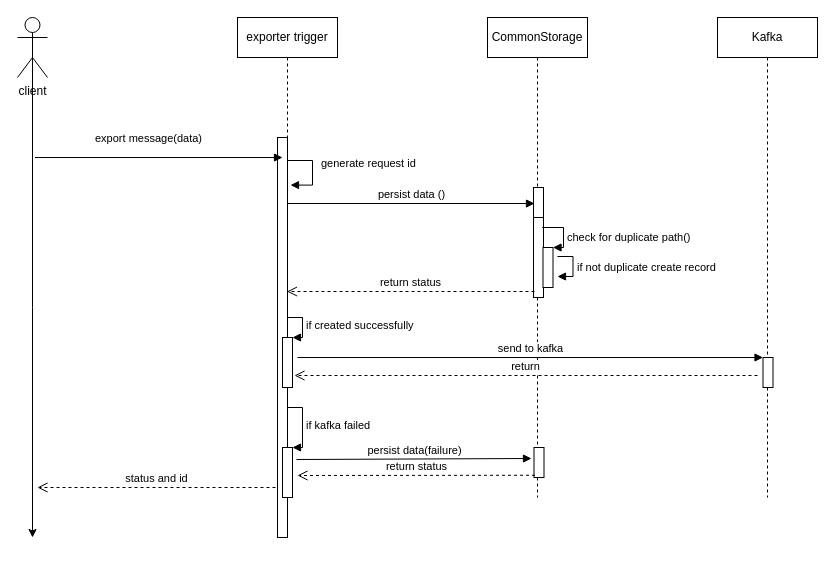
Earlier version of the draw.io diagram page "Export Request Flow" (1 of 2) of design/Exporter Trigger UML.drawio (MapColonies/exporter-trigger-deprecated). Source tidied: cells renumbered, new cells numbered last; positions are measured from the earlier drawing's top-left corner, leaving out a move shared by most shapes. Both pictures are drawn from the tidied source at 100%, with x=0, y=0 at pixel (17, 17).
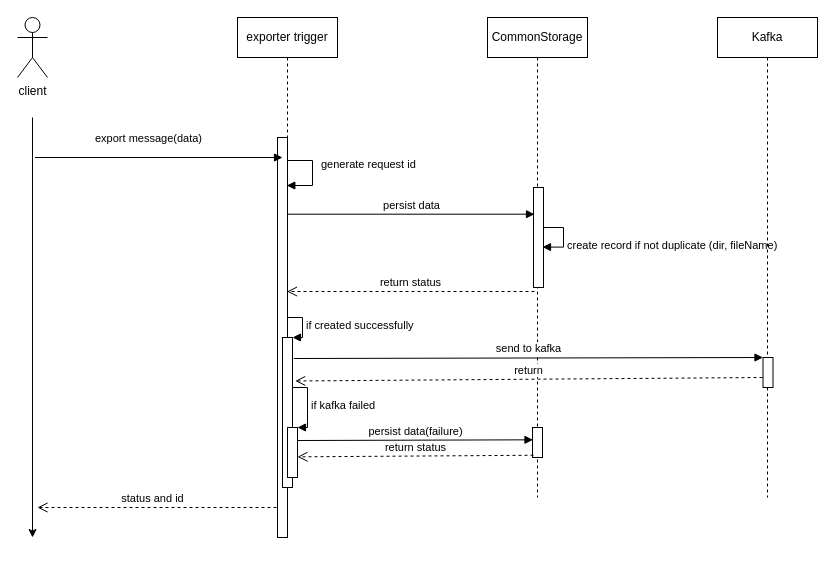
The same page after the edit.

The change refers to these unchanged cells:
```xml
<mxCell id="3" value="client" style="shape=umlActor;verticalLabelPosition=bottom;verticalAlign=top;html=1;" parent="1" vertex="1">
  <mxGeometry width="30" height="60" as="geometry" />
</mxCell>
<mxCell id="4" value="exporter trigger" style="shape=umlLifeline;perimeter=lifelinePerimeter;whiteSpace=wrap;html=1;outlineConnect=0;" parent="1" vertex="1">
  <mxGeometry x="220" width="100" height="520" as="geometry" />
</mxCell>
<mxCell id="5" style="html=1;points=[];perimeter=orthogonalPerimeter;" parent="4" vertex="1">
  <mxGeometry x="40" y="120" width="10" height="400" as="geometry" />
</mxCell>
<mxCell id="11" value="CommonStorage" style="shape=umlLifeline;perimeter=lifelinePerimeter;whiteSpace=wrap;html=1;" parent="1" vertex="1">
  <mxGeometry x="470" width="100" height="480" as="geometry" />
</mxCell>
<mxCell id="15" style="html=1;points=[];perimeter=orthogonalPerimeter;" parent="14" vertex="1">
  <mxGeometry x="45.5" y="340" width="10" height="30" as="geometry" />
</mxCell>
```

What changed in the source:
```diff
@@
-    <mxCell id="2" style="edgeStyle=orthogonalEdgeStyle;rounded=0;jettySize=auto;html=1;exitX=0.5;exitY=0.5;exitDx=0;exitDy=0;exitPerimeter=0;" parent="1" edge="1" source="3">
+    <mxCell id="2" style="edgeStyle=orthogonalEdgeStyle;rounded=0;orthogonalLoop=1;jettySize=auto;html=1;" parent="1" edge="1">
       <mxGeometry relative="1" as="geometry">
+        <mxPoint x="15" y="100" as="sourcePoint" />
         <mxPoint x="15" y="520" as="targetPoint" />
       </mxGeometry>
     </mxCell>
@@
     <mxCell id="6" style="html=1;points=[];perimeter=orthogonalPerimeter;" parent="4" vertex="1">
-      <mxGeometry x="45" y="320" width="10" height="50" as="geometry" />
+      <mxGeometry x="45" y="320" width="10" height="150" as="geometry" />
     </mxCell>
@@
-    <mxCell id="8" style="html=1;points=[];perimeter=orthogonalPerimeter;" parent="4" vertex="1">
-      <mxGeometry x="45" y="430" width="10" height="50" as="geometry" />
-    </mxCell>
-    <mxCell id="9" value="&lt;div style=&quot;text-align: center&quot;&gt;if kafka failed&lt;/div&gt;" style="edgeStyle=orthogonalEdgeStyle;html=1;align=left;spacingLeft=2;endArrow=block;rounded=0;entryX=1;entryY=0;" parent="4" edge="1" target="8">
-      <mxGeometry relative="1" as="geometry">
-        <mxPoint x="50" y="390" as="sourcePoint" />
-        <Array as="points">
-          <mxPoint x="65" y="390" />
-        </Array>
-      </mxGeometry>
-    </mxCell>
@@
     <mxCell id="12" style="html=1;points=[];perimeter=orthogonalPerimeter;" parent="11" vertex="1">
-      <mxGeometry x="46" y="170" width="10" height="60" as="geometry" />
+      <mxGeometry x="46" y="170" width="10" height="100" as="geometry" />
     </mxCell>
-    <mxCell id="13" style="html=1;points=[];perimeter=orthogonalPerimeter;" parent="11" vertex="1">
-      <mxGeometry x="46" y="200" width="10" height="80" as="geometry" />
-    </mxCell>
+    <mxCell id="20" value="&lt;div style=&quot;text-align: center&quot;&gt;create record if not duplicate (dir, fileName)&lt;/div&gt;" style="edgeStyle=orthogonalEdgeStyle;html=1;align=left;spacingLeft=2;endArrow=block;rounded=0;entryX=0.9;entryY=0.596;entryDx=0;entryDy=0;entryPerimeter=0;exitX=1.033;exitY=0.41;exitDx=0;exitDy=0;exitPerimeter=0;" parent="11" edge="1" source="12" target="12">
+      <mxGeometry x="0.27" relative="1" as="geometry">
+        <Array as="points">
+          <mxPoint x="56" y="210" />
+          <mxPoint x="76" y="210" />
+          <mxPoint x="76" y="230" />
+        </Array>
+      </mxGeometry>
+    </mxCell>
@@
-    <mxCell id="16" value="status and id" style="html=1;verticalAlign=bottom;endArrow=open;dashed=1;endSize=8;exitX=-0.2;exitY=0.875;exitDx=0;exitDy=0;exitPerimeter=0;" parent="1" edge="1" source="5">
-      <mxGeometry relative="1" as="geometry">
-        <mxPoint x="20" y="470" as="targetPoint" />
+    <mxCell id="16" value="status and id" style="html=1;verticalAlign=bottom;endArrow=open;dashed=1;endSize=8;" parent="1" edge="1">
+      <mxGeometry x="0.04" relative="1" as="geometry">
+        <mxPoint x="259" y="490" as="sourcePoint" />
+        <mxPoint x="20" y="490" as="targetPoint" />
       </mxGeometry>
     </mxCell>
-    <mxCell id="17" value="send to kafka" style="html=1;verticalAlign=bottom;endArrow=block;entryX=0;entryY=0;" parent="1" edge="1" target="15">
-      <mxGeometry relative="1" as="geometry">
-        <mxPoint x="280" y="340" as="sourcePoint" />
-      </mxGeometry>
+    <mxCell id="17" value="send to kafka" style="html=1;verticalAlign=bottom;endArrow=block;entryX=0;entryY=0;exitX=1.133;exitY=0.14;exitDx=0;exitDy=0;exitPerimeter=0;" parent="1" edge="1" source="6" target="15">
+      <mxGeometry relative="1" as="geometry" />
     </mxCell>
-    <mxCell id="18" value="return" style="html=1;verticalAlign=bottom;endArrow=open;dashed=1;endSize=8;entryX=1.2;entryY=0.76;entryDx=0;entryDy=0;entryPerimeter=0;" parent="1" edge="1" target="6">
-      <mxGeometry relative="1" as="geometry">
-        <mxPoint x="740" y="358" as="sourcePoint" />
-      </mxGeometry>
+    <mxCell id="18" value="return" style="html=1;verticalAlign=bottom;endArrow=open;dashed=1;endSize=8;entryX=1.276;entryY=0.29;entryDx=0;entryDy=0;entryPerimeter=0;exitX=-0.05;exitY=0.667;exitDx=0;exitDy=0;exitPerimeter=0;" parent="1" edge="1" source="15" target="6">
+      <mxGeometry relative="1" as="geometry" />
     </mxCell>
-    <mxCell id="19" style="html=1;points=[];perimeter=orthogonalPerimeter;" parent="1" vertex="1">
-      <mxGeometry x="525.5" y="230" width="10" height="40" as="geometry" />
-    </mxCell>
-    <mxCell id="20" value="&lt;div style=&quot;text-align: center&quot;&gt;check for duplicate path()&lt;/div&gt;" style="edgeStyle=orthogonalEdgeStyle;html=1;align=left;spacingLeft=2;endArrow=block;rounded=0;entryX=1;entryY=0;" parent="1" edge="1" target="19">
-      <mxGeometry x="0.27" relative="1" as="geometry">
-        <mxPoint x="531" y="210" as="sourcePoint" />
-        <Array as="points">
-          <mxPoint x="525" y="210" />
-          <mxPoint x="546" y="210" />
-          <mxPoint x="546" y="230" />
-        </Array>
-      </mxGeometry>
-    </mxCell>
-    <mxCell id="21" value="return status" style="html=1;verticalAlign=bottom;endArrow=open;dashed=1;endSize=8;exitX=0.1;exitY=0.925;exitDx=0;exitDy=0;exitPerimeter=0;" parent="1" edge="1" source="13" target="4">
-      <mxGeometry relative="1" as="geometry" />
+    <mxCell id="21" value="return status" style="html=1;verticalAlign=bottom;endArrow=open;dashed=1;endSize=8;exitX=0.1;exitY=0.925;exitDx=0;exitDy=0;exitPerimeter=0;" parent="1" edge="1" target="4">
+      <mxGeometry relative="1" as="geometry">
+        <mxPoint x="517" y="274" as="sourcePoint" />
+      </mxGeometry>
     </mxCell>
-    <mxCell id="22" value="&lt;span style=&quot;text-align: center&quot;&gt;generate request id&lt;/span&gt;" style="edgeStyle=orthogonalEdgeStyle;html=1;align=left;spacingLeft=2;endArrow=block;rounded=0;entryX=1.3;entryY=0.119;entryDx=0;entryDy=0;entryPerimeter=0;" parent="1" edge="1" target="5">
+    <mxCell id="22" value="&lt;span style=&quot;text-align: center&quot;&gt;generate request id&lt;/span&gt;" style="edgeStyle=orthogonalEdgeStyle;html=1;align=left;spacingLeft=2;endArrow=block;rounded=0;entryX=0.933;entryY=0.12;entryDx=0;entryDy=0;entryPerimeter=0;" parent="1" edge="1" target="5">
       <mxGeometry x="-0.12" y="6" relative="1" as="geometry">
         <mxPoint x="270" y="143" as="sourcePoint" />
         <Array as="points">
           <mxPoint x="295" y="143" />
           <mxPoint x="295" y="168" />
         </Array>
         <mxPoint x="-1" y="-4" as="offset" />
       </mxGeometry>
     </mxCell>
-    <mxCell id="23" value="persist data ()" style="html=1;verticalAlign=bottom;endArrow=block;entryX=0.1;entryY=0.267;entryDx=0;entryDy=0;entryPerimeter=0;" parent="1" edge="1" source="4" target="12">
+    <mxCell id="23" value="persist data" style="html=1;verticalAlign=bottom;endArrow=block;entryX=0.1;entryY=0.267;entryDx=0;entryDy=0;entryPerimeter=0;" parent="1" edge="1" source="4" target="12">
       <mxGeometry relative="1" as="geometry" />
     </mxCell>
-    <mxCell id="24" value="&lt;div style=&quot;text-align: center&quot;&gt;if not duplicate create record&lt;/div&gt;" style="edgeStyle=orthogonalEdgeStyle;html=1;align=left;spacingLeft=2;endArrow=block;rounded=0;" parent="1" edge="1">
-      <mxGeometry relative="1" as="geometry">
-        <mxPoint x="540" y="239" as="sourcePoint" />
-        <mxPoint x="540" y="259" as="targetPoint" />
-        <Array as="points">
-          <mxPoint x="555.5" y="239" />
-        </Array>
-      </mxGeometry>
-    </mxCell>
     <mxCell id="25" style="html=1;points=[];perimeter=orthogonalPerimeter;" parent="1" vertex="1">
-      <mxGeometry x="516.5" y="430" width="10" height="30" as="geometry" />
+      <mxGeometry x="515" y="410" width="10" height="30" as="geometry" />
     </mxCell>
-    <mxCell id="26" value="return status" style="html=1;verticalAlign=bottom;endArrow=open;dashed=1;endSize=8;exitX=0.1;exitY=0.925;exitDx=0;exitDy=0;exitPerimeter=0;" parent="1" edge="1" source="25">
-      <mxGeometry relative="1" as="geometry">
-        <mxPoint x="280" y="458" as="targetPoint" />
-      </mxGeometry>
+    <mxCell id="26" value="return status" style="html=1;verticalAlign=bottom;endArrow=open;dashed=1;endSize=8;exitX=0.1;exitY=0.925;exitDx=0;exitDy=0;exitPerimeter=0;entryX=1;entryY=0.587;entryDx=0;entryDy=0;entryPerimeter=0;" parent="1" edge="1" source="25" target="8">
+      <mxGeometry relative="1" as="geometry" />
     </mxCell>
-    <mxCell id="27" value="persist data(failure)" style="html=1;verticalAlign=bottom;endArrow=block;entryX=-0.25;entryY=0.367;exitX=1.4;exitY=0.24;exitDx=0;exitDy=0;exitPerimeter=0;entryDx=0;entryDy=0;entryPerimeter=0;" parent="1" edge="1" source="8" target="25">
+    <mxCell id="27" value="persist data(failure)" style="html=1;verticalAlign=bottom;endArrow=block;entryX=0.05;entryY=0.411;exitX=1;exitY=0.26;exitDx=0;exitDy=0;exitPerimeter=0;entryDx=0;entryDy=0;entryPerimeter=0;" parent="1" edge="1" source="8" target="25">
       <mxGeometry relative="1" as="geometry" />
     </mxCell>
+    <mxCell id="8" style="html=1;points=[];perimeter=orthogonalPerimeter;" parent="1" vertex="1">
+      <mxGeometry x="270" y="410" width="10" height="50" as="geometry" />
+    </mxCell>
+    <mxCell id="9" value="&lt;div style=&quot;text-align: center&quot;&gt;if kafka failed&lt;/div&gt;" style="edgeStyle=orthogonalEdgeStyle;html=1;align=left;spacingLeft=2;endArrow=block;rounded=0;entryX=1;entryY=0;" parent="1" edge="1" target="8">
+      <mxGeometry relative="1" as="geometry">
+        <mxPoint x="275" y="370" as="sourcePoint" />
+        <Array as="points">
+          <mxPoint x="290" y="370" />
+        </Array>
+      </mxGeometry>
+    </mxCell>
```
